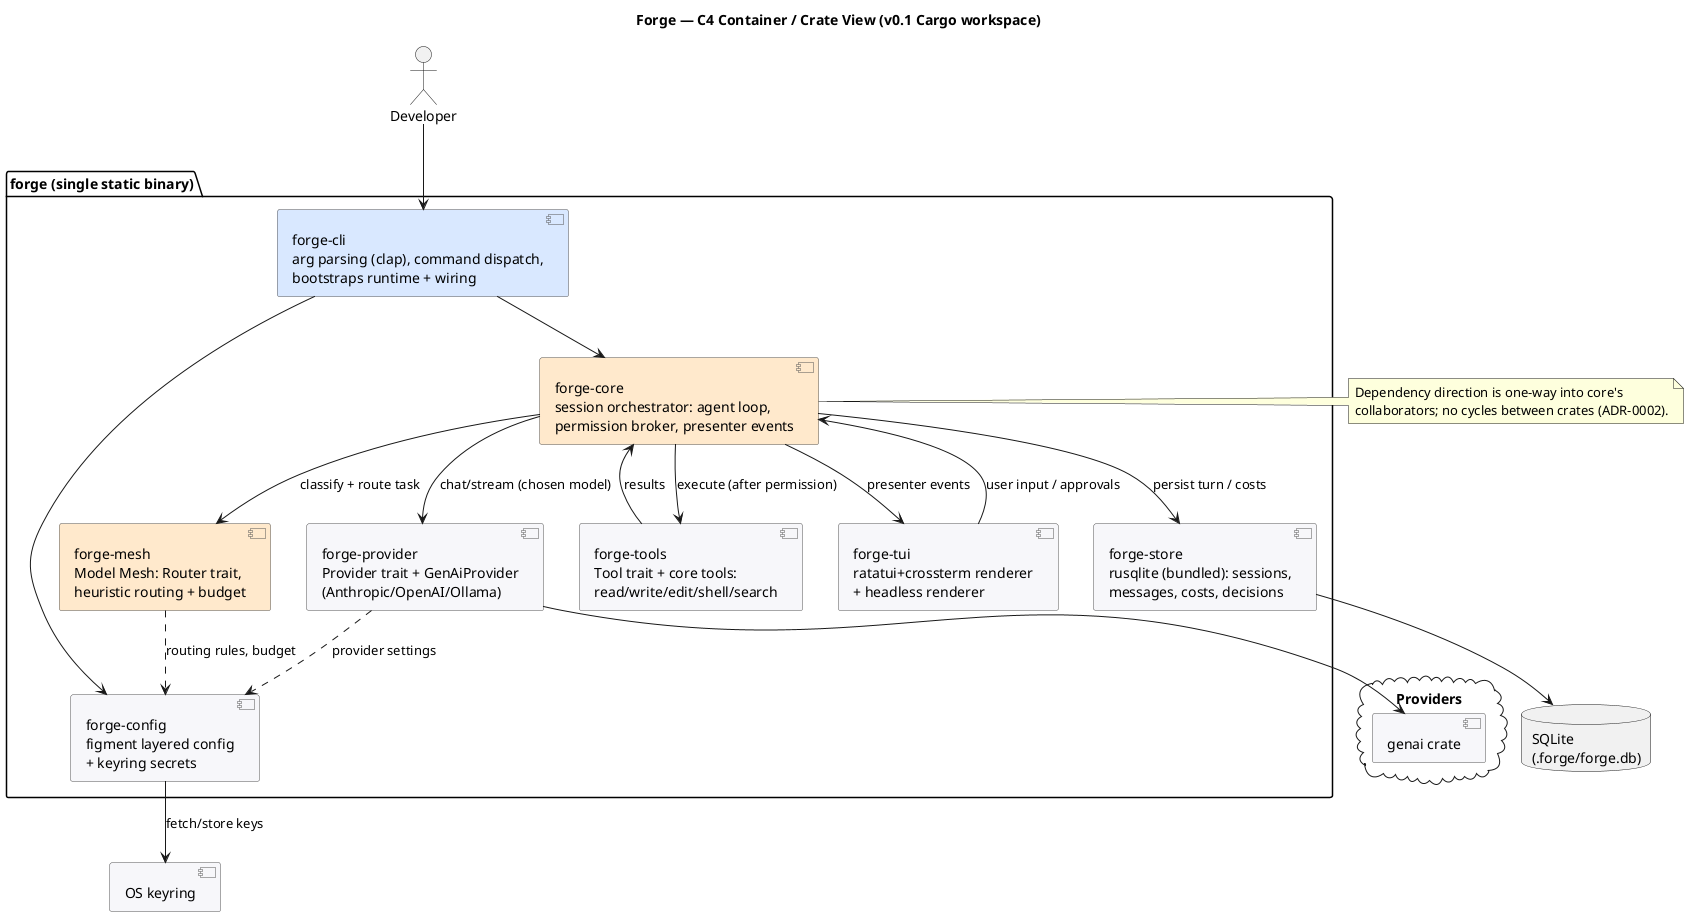
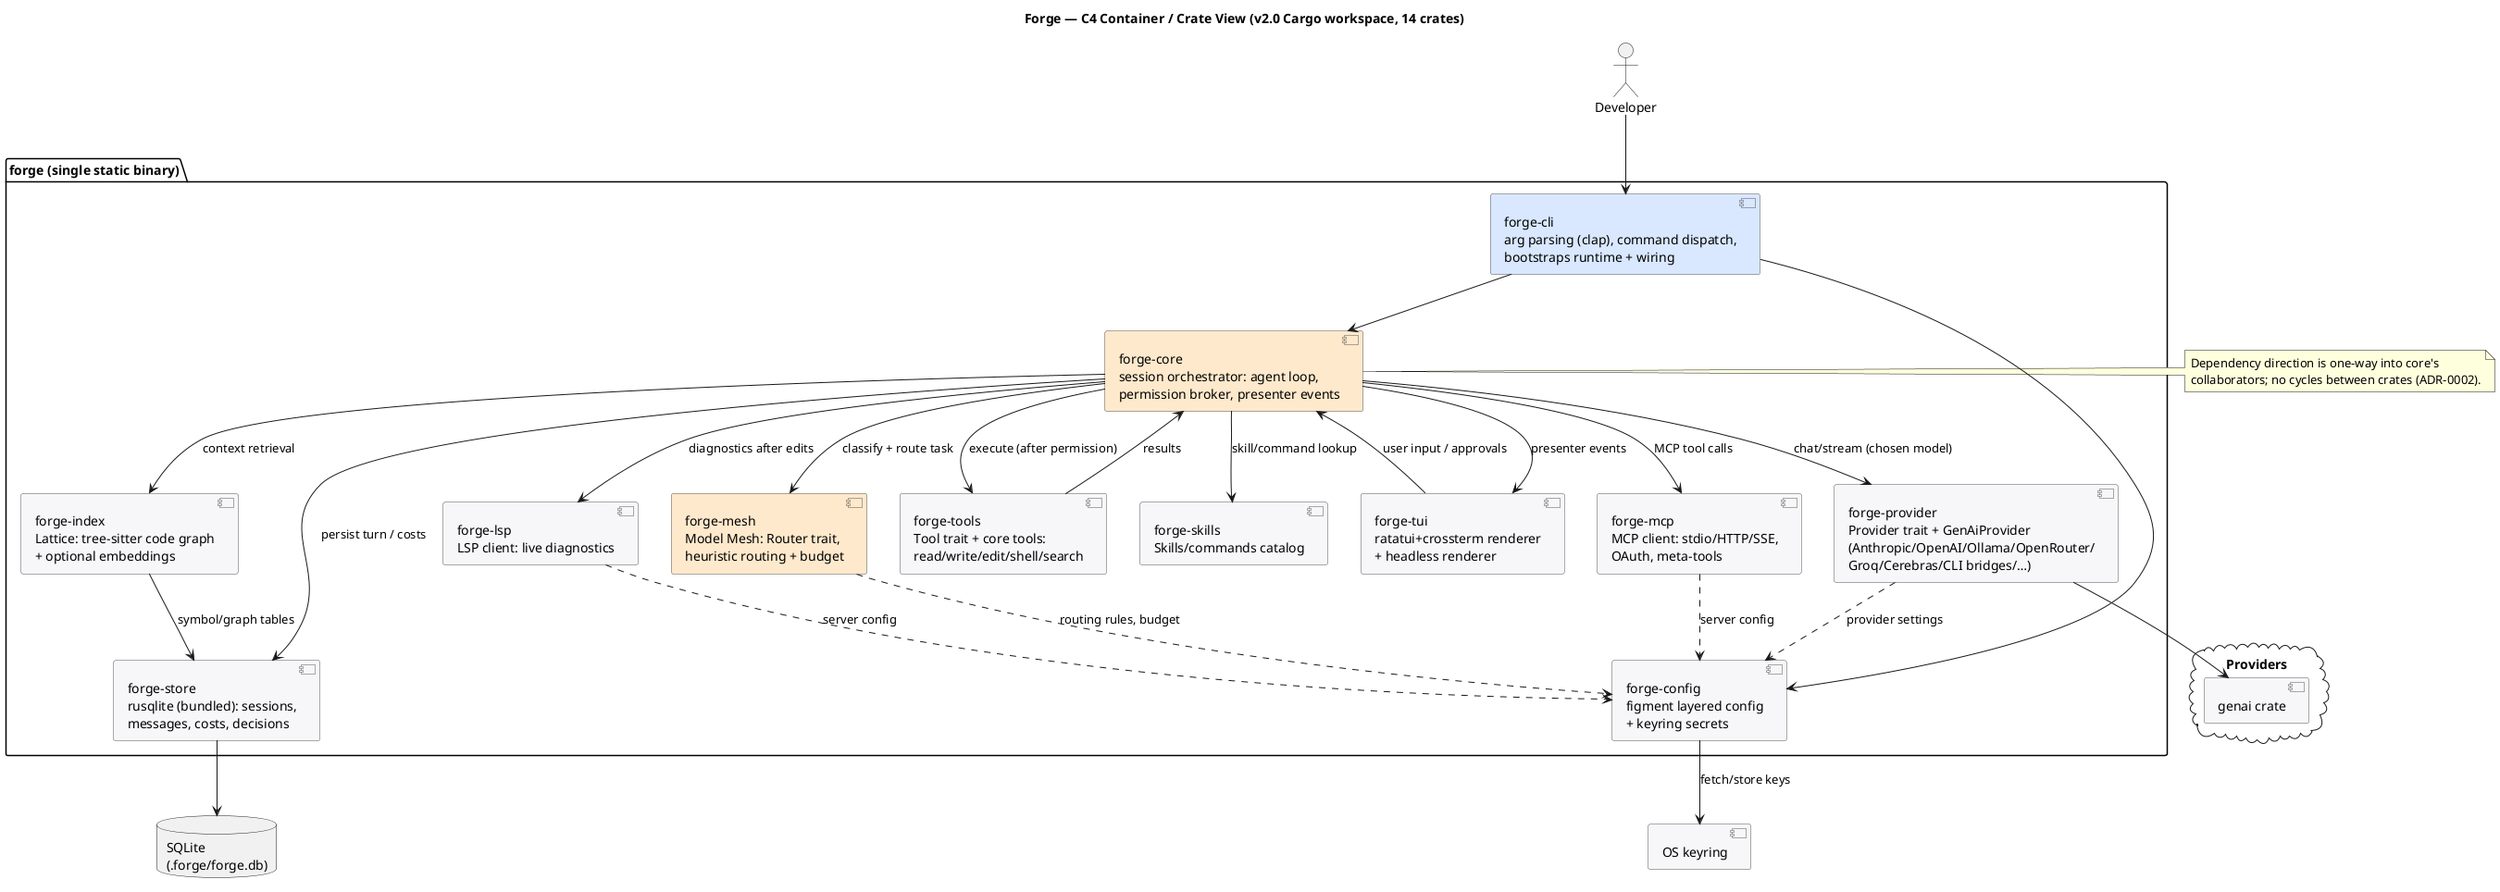
@startuml containers
- title Forge — C4 Container / Crate View (v0.1 Cargo workspace)
+ title Forge — C4 Container / Crate View (v2.0 Cargo workspace, 14 crates)

skinparam shadowing false
skinparam defaultFontName "Sans"
skinparam component {
  BackgroundColor #F7F7FA
  BorderColor #555
}

actor Developer as dev

package "forge (single static binary)" {

  [forge-cli\narg parsing (clap), command dispatch,\nbootstraps runtime + wiring] as cli #D9E8FF

  [forge-tui\nratatui+crossterm renderer\n+ headless renderer] as tui
  [forge-core\nsession orchestrator: agent loop,\npermission broker, presenter events] as core #FFE9CC
  [forge-mesh\nModel Mesh: Router trait,\nheuristic routing + budget] as mesh #FFE9CC
-   [forge-provider\nProvider trait + GenAiProvider\n(Anthropic/OpenAI/Ollama)] as prov
+   [forge-provider\nProvider trait + GenAiProvider\n(Anthropic/OpenAI/Ollama/OpenRouter/\nGroq/Cerebras/CLI bridges/…)] as prov
  [forge-tools\nTool trait + core tools:\nread/write/edit/shell/search] as tools
  [forge-store\nrusqlite (bundled): sessions,\nmessages, costs, decisions] as store
  [forge-config\nfigment layered config\n+ keyring secrets] as cfg
+   [forge-mcp\nMCP client: stdio/HTTP/SSE,\nOAuth, meta-tools] as mcp
+   [forge-index\nLattice: tree-sitter code graph\n+ optional embeddings] as index
+   [forge-lsp\nLSP client: live diagnostics] as lsp
+   [forge-skills\nSkills/commands catalog] as skills
}

cloud "Providers" {
  [genai crate] as genai
}
database "SQLite\n(.forge/forge.db)" as db
[OS keyring] as kr

dev --> cli
cli --> core
cli --> cfg
core --> tui : presenter events
tui --> core : user input / approvals
core --> mesh : classify + route task
core --> prov : chat/stream (chosen model)
core --> tools : execute (after permission)
core --> store : persist turn / costs
+ core --> mcp : MCP tool calls
+ core --> index : context retrieval
+ core --> lsp : diagnostics after edits
+ core --> skills : skill/command lookup
mesh ..> cfg : routing rules, budget
prov --> genai
prov ..> cfg : provider settings
cfg --> kr : fetch/store keys
store --> db
tools --> core : results
+ mcp ..> cfg : server config
+ index --> store : symbol/graph tables
+ lsp ..> cfg : server config

note right of core
  Dependency direction is one-way into core's
  collaborators; no cycles between crates (ADR-0002).
end note
@enduml
